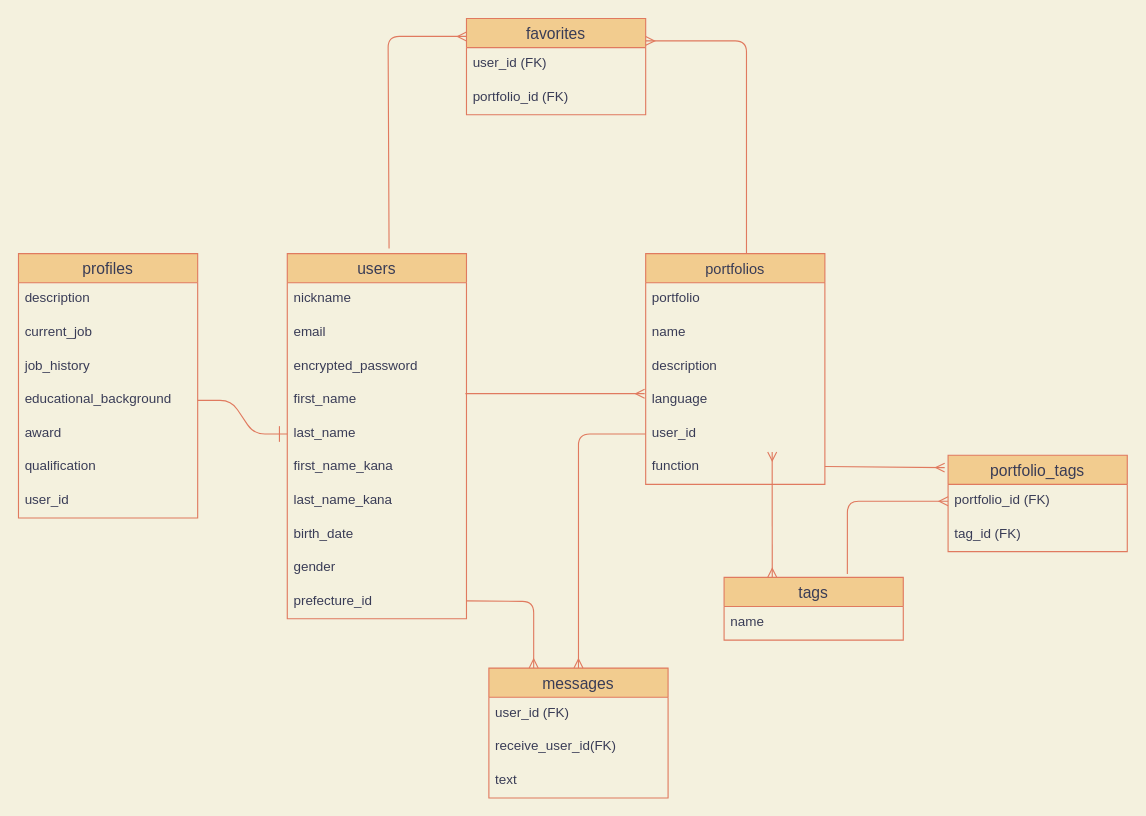
Above: mikekatsu.dio in noririymd/mikekatsu (draw.io), before the change. Source tidied: cells renumbered, new cells numbered last; positions are measured from the earlier drawing's top-left corner, leaving out a move shared by most shapes. Both pictures are drawn from the tidied source at 112%, with x=0, y=0 at pixel (18, 18).
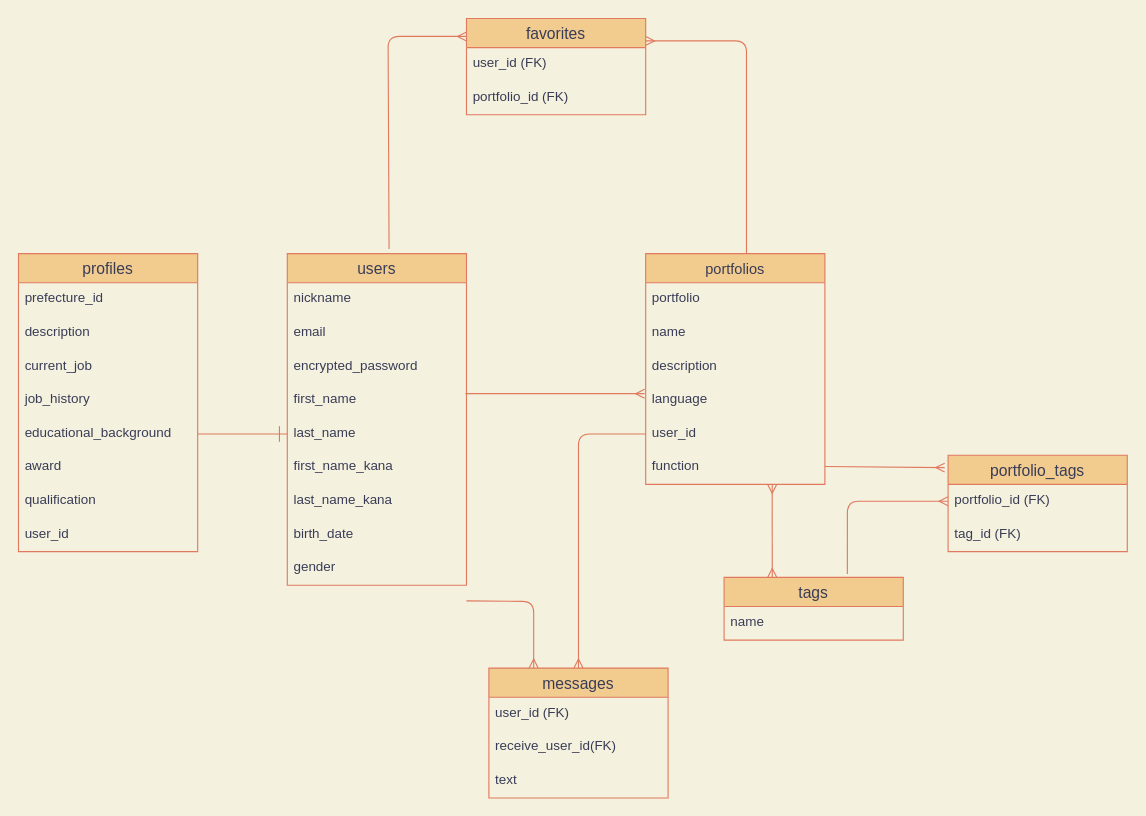
The same page after the edit.

The change refers to these unchanged cells:
```xml
<mxCell id="18" value="user_id" style="text;strokeColor=none;fillColor=none;spacingLeft=4;spacingRight=4;overflow=hidden;points=[[0,0.5],[1,0.5]];portConstraint=eastwest;fontSize=12;fontColor=#393C56;" parent="13" vertex="1">
  <mxGeometry y="146" width="160" height="30" as="geometry" />
</mxCell>
<mxCell id="19" value="function" style="text;strokeColor=none;fillColor=none;spacingLeft=4;spacingRight=4;overflow=hidden;points=[[0,0.5],[1,0.5]];portConstraint=eastwest;fontSize=12;fontColor=#393C56;" parent="13" vertex="1">
  <mxGeometry y="176" width="160" height="30" as="geometry" />
</mxCell>
```

What changed in the source:
```diff
@@
     <mxCell id="2" value="users" style="swimlane;fontStyle=0;horizontal=1;startSize=26;align=center;fontSize=14;fillColor=#F2CC8F;strokeColor=#E07A5F;fontColor=#393C56;" parent="1" vertex="1">
-      <mxGeometry x="240" y="210" width="160" height="326" as="geometry" />
+      <mxGeometry x="240" y="210" width="160" height="296" as="geometry" />
     </mxCell>
@@
-    <mxCell id="12" value="prefecture_id" style="text;strokeColor=none;fillColor=none;spacingLeft=4;spacingRight=4;overflow=hidden;fontSize=12;fontColor=#393C56;" parent="2" vertex="1">
-      <mxGeometry y="296" width="160" height="30" as="geometry" />
-    </mxCell>
@@
     <mxCell id="32" value="profiles" style="swimlane;fontStyle=0;horizontal=1;startSize=26;align=center;fontSize=14;fillColor=#F2CC8F;strokeColor=#E07A5F;fontColor=#393C56;" parent="1" vertex="1">
-      <mxGeometry y="210" width="160" height="236" as="geometry" />
+      <mxGeometry y="210" width="160" height="266" as="geometry" />
     </mxCell>
+    <mxCell id="12" value="prefecture_id" style="text;strokeColor=none;fillColor=none;spacingLeft=4;spacingRight=4;overflow=hidden;fontSize=12;fontColor=#393C56;" parent="32" vertex="1">
+      <mxGeometry y="26" width="160" height="30" as="geometry" />
+    </mxCell>
     <mxCell id="33" value="description" style="text;strokeColor=none;fillColor=none;spacingLeft=4;spacingRight=4;overflow=hidden;fontSize=12;fontColor=#393C56;" parent="32" vertex="1">
-      <mxGeometry y="26" width="160" height="30" as="geometry" />
+      <mxGeometry y="56" width="160" height="30" as="geometry" />
     </mxCell>
     <mxCell id="34" value="current_job" style="text;strokeColor=none;fillColor=none;spacingLeft=4;spacingRight=4;overflow=hidden;fontSize=12;fontColor=#393C56;" parent="32" vertex="1">
-      <mxGeometry y="56" width="160" height="30" as="geometry" />
+      <mxGeometry y="86" width="160" height="30" as="geometry" />
     </mxCell>
     <mxCell id="35" value="job_history" style="text;strokeColor=none;fillColor=none;spacingLeft=4;spacingRight=4;overflow=hidden;fontSize=12;fontColor=#393C56;" parent="32" vertex="1">
-      <mxGeometry y="86" width="160" height="30" as="geometry" />
+      <mxGeometry y="116" width="160" height="30" as="geometry" />
     </mxCell>
     <mxCell id="36" value="educational_background" style="text;strokeColor=none;fillColor=none;spacingLeft=4;spacingRight=4;overflow=hidden;points=[[0,0.5],[1,0.5]];portConstraint=eastwest;fontSize=12;fontColor=#393C56;" parent="32" vertex="1">
-      <mxGeometry y="116" width="160" height="30" as="geometry" />
+      <mxGeometry y="146" width="160" height="30" as="geometry" />
     </mxCell>
     <mxCell id="37" value="award" style="text;strokeColor=none;fillColor=none;spacingLeft=4;spacingRight=4;overflow=hidden;fontSize=12;fontColor=#393C56;" parent="32" vertex="1">
-      <mxGeometry y="146" width="160" height="30" as="geometry" />
+      <mxGeometry y="176" width="160" height="30" as="geometry" />
     </mxCell>
     <mxCell id="38" value="qualification" style="text;strokeColor=none;fillColor=none;spacingLeft=4;spacingRight=4;overflow=hidden;fontSize=12;fontColor=#393C56;" parent="32" vertex="1">
-      <mxGeometry y="176" width="160" height="30" as="geometry" />
+      <mxGeometry y="206" width="160" height="30" as="geometry" />
     </mxCell>
     <mxCell id="39" value="user_id" style="text;strokeColor=none;fillColor=none;spacingLeft=4;spacingRight=4;overflow=hidden;fontSize=12;fontColor=#393C56;" parent="32" vertex="1">
-      <mxGeometry y="206" width="160" height="30" as="geometry" />
+      <mxGeometry y="236" width="160" height="30" as="geometry" />
     </mxCell>
@@
-    <mxCell id="46" style="fontSize=12;html=1;endArrow=ERmany;startArrow=ERmany;entryX=0.706;entryY=1.033;entryDx=0;entryDy=0;entryPerimeter=0;labelBackgroundColor=#F4F1DE;strokeColor=#E07A5F;fontColor=#393C56;" parent="1" edge="1" target="18">
+    <mxCell id="46" style="fontSize=12;html=1;endArrow=ERmany;startArrow=ERmany;labelBackgroundColor=#F4F1DE;strokeColor=#E07A5F;fontColor=#393C56;entryX=0.706;entryY=1;entryDx=0;entryDy=0;entryPerimeter=0;" parent="1" edge="1" target="19">
       <mxGeometry relative="1" as="geometry">
         <mxPoint x="673" y="499" as="sourcePoint" />
       </mxGeometry>
     </mxCell>
```
